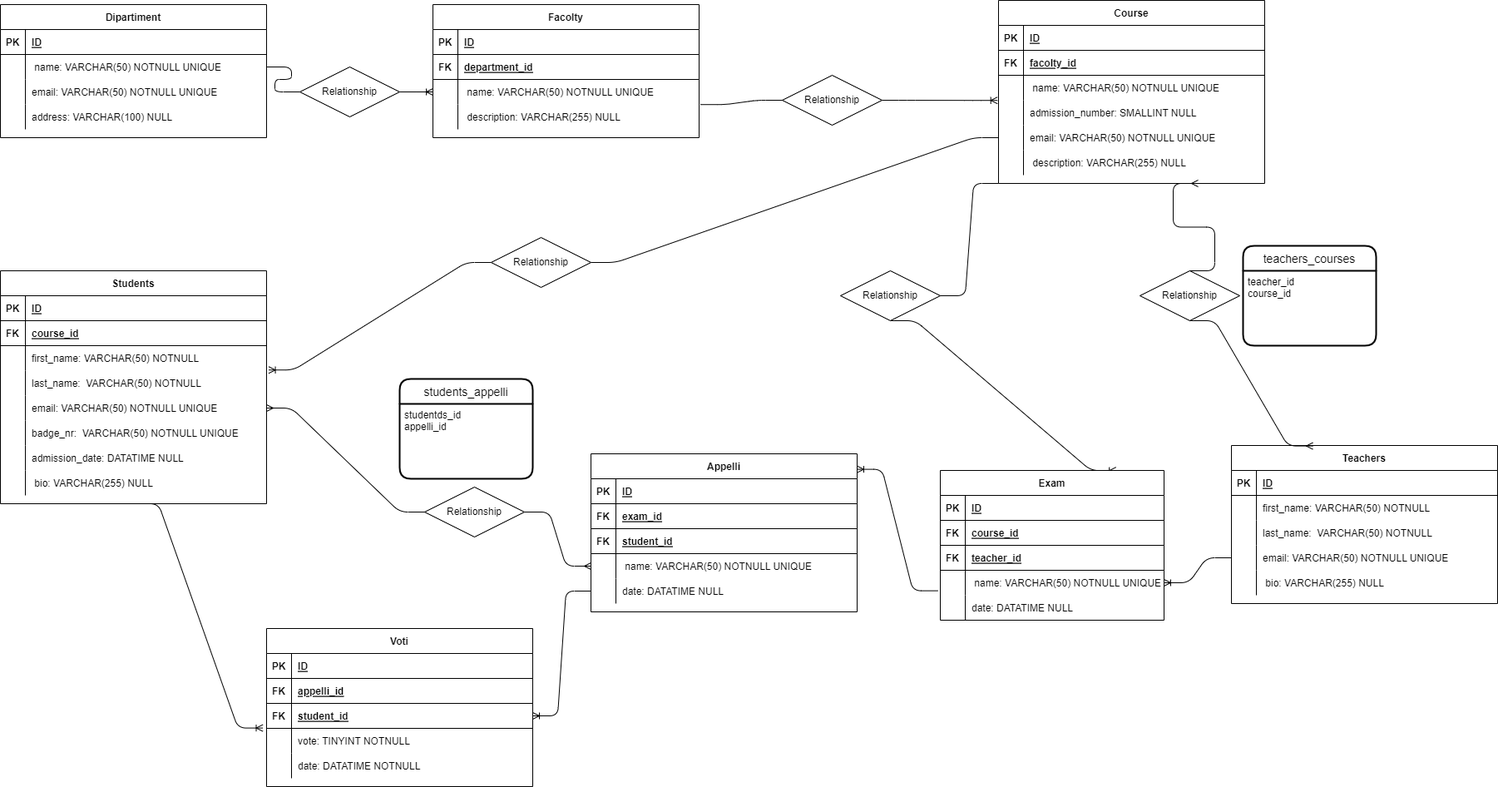
Before: university.png, a diagram exported from draw.io (muccidavide/db-university). Source tidied: cells renumbered, new cells last; positions are measured from the earlier drawing's top-left corner, leaving out a move shared by most shapes.
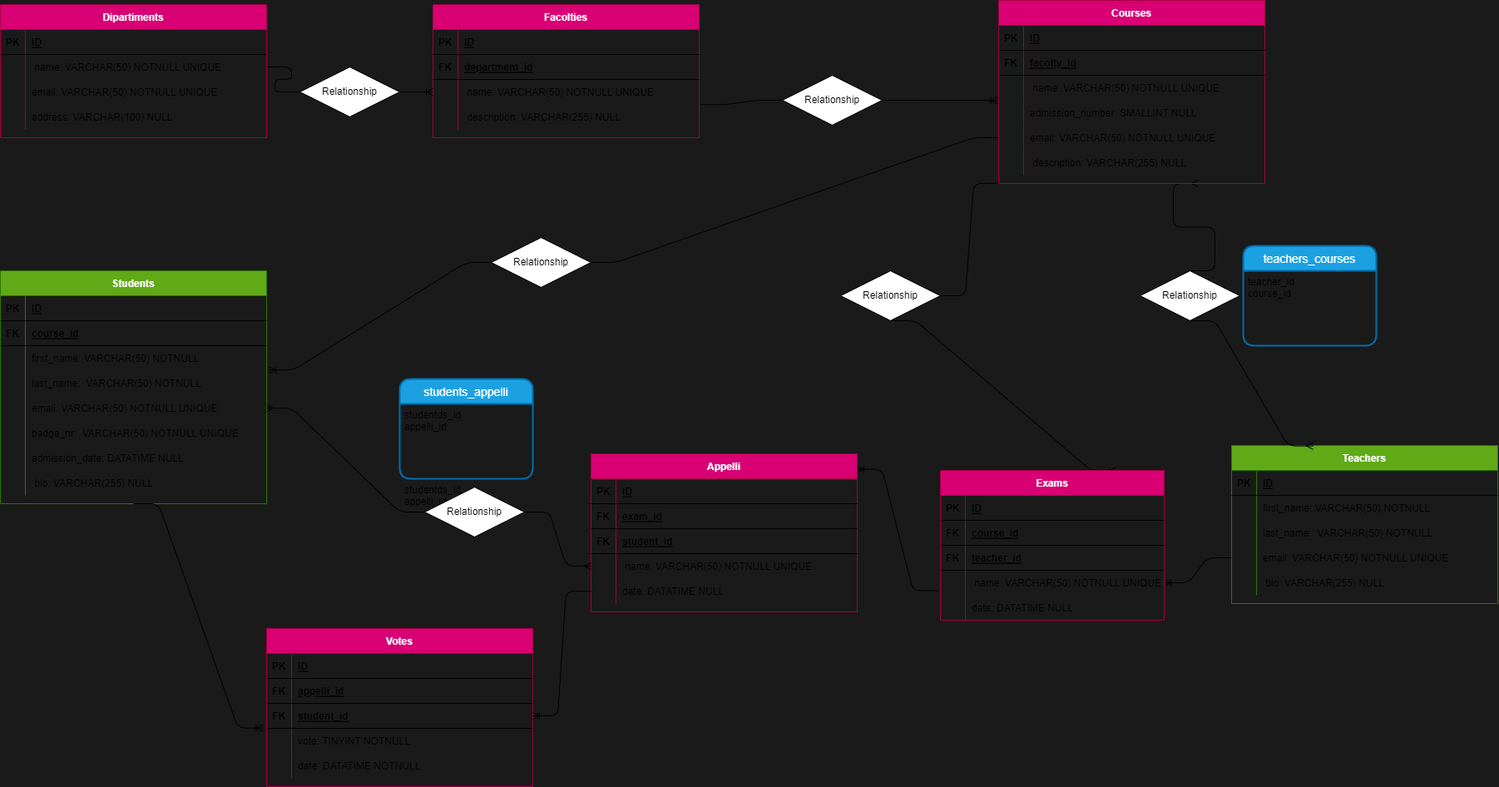
Later version of the same file.

What changed in the source:
```diff
@@ -1,8 +1,8 @@
-<mxGraphModel>
+<mxGraphModel background="#1A1A1A">
   <root>
     <mxCell id="0" />
     <mxCell id="1" parent="0" />
-    <mxCell id="2" value="Dipartiment" style="shape=table;startSize=30;rowLines=0;fontStyle=1;align=center;" parent="1" vertex="1">
+    <mxCell id="2" value="Dipartiments" style="shape=table;startSize=30;rowLines=0;fontStyle=1;align=center;fillColor=#d80073;fontColor=#ffffff;strokeColor=#A50040;" parent="1" vertex="1">
       <mxGeometry y="5" width="320" height="160" as="geometry" />
     </mxCell>
     <mxCell id="3" style="shape=partialRectangle;fillColor=none;top=0;left=0;bottom=1;right=0;" parent="2" vertex="1">
@@ -41,7 +41,7 @@
     <mxCell id="14" value="address: VARCHAR(100) NULL" style="shape=partialRectangle;fillColor=none;top=0;left=0;bottom=0;right=0;align=left;spacingLeft=6;overflow=hidden;" parent="12" vertex="1">
       <mxGeometry x="30" width="290" height="30" as="geometry" />
     </mxCell>
-    <mxCell id="15" value="Facolty" style="shape=table;startSize=30;rowLines=0;fontStyle=1;align=center;" parent="1" vertex="1">
+    <mxCell id="15" value="Facolties" style="shape=table;startSize=30;rowLines=0;fontStyle=1;align=center;fillColor=#d80073;fontColor=#ffffff;strokeColor=#A50040;" parent="1" vertex="1">
       <mxGeometry x="520" y="5" width="320" height="160" as="geometry" />
     </mxCell>
     <mxCell id="16" style="shape=partialRectangle;fillColor=none;top=0;left=0;bottom=1;right=0;" parent="15" vertex="1">
@@ -80,7 +80,7 @@
     <mxCell id="27" value=" description: VARCHAR(255) NULL" style="shape=partialRectangle;fillColor=none;top=0;left=0;bottom=0;right=0;align=left;spacingLeft=6;overflow=hidden;" parent="25" vertex="1">
       <mxGeometry x="30" width="290" height="30" as="geometry" />
     </mxCell>
-    <mxCell id="28" value="Teachers" style="shape=table;startSize=30;rowLines=0;fontStyle=1;align=center;" parent="1" vertex="1">
+    <mxCell id="28" value="Teachers" style="shape=table;startSize=30;rowLines=0;fontStyle=1;align=center;fillColor=#60a917;fontColor=#ffffff;strokeColor=#2D7600;" parent="1" vertex="1">
       <mxGeometry x="1480" y="535" width="320" height="190" as="geometry" />
     </mxCell>
     <mxCell id="29" style="shape=partialRectangle;fillColor=none;top=0;left=0;bottom=1;right=0;" parent="28" vertex="1">
@@ -147,7 +147,7 @@
     <mxCell id="48" style="edgeStyle=entityRelationEdgeStyle;fontSize=12;html=1;endArrow=none;startArrow=ERmany;entryX=0.5;entryY=1;entryDx=0;entryDy=0;exitX=0.306;exitY=0.003;exitDx=0;exitDy=0;exitPerimeter=0;" parent="1" edge="1" source="28" target="47">
       <mxGeometry relative="1" as="geometry" />
     </mxCell>
-    <mxCell id="49" value="Course" style="shape=table;startSize=30;rowLines=0;fontStyle=1;align=center;" parent="1" vertex="1">
+    <mxCell id="49" value="Courses" style="shape=table;startSize=30;rowLines=0;fontStyle=1;align=center;fillColor=#d80073;fontColor=#ffffff;strokeColor=#A50040;" parent="1" vertex="1">
       <mxGeometry x="1200" width="320" height="220" as="geometry" />
     </mxCell>
     <mxCell id="50" style="shape=partialRectangle;fillColor=none;top=0;left=0;bottom=1;right=0;" parent="49" vertex="1">
@@ -207,7 +207,7 @@
     <mxCell id="68" style="edgeStyle=entityRelationEdgeStyle;fontSize=12;html=1;endArrow=ERoneToMany;entryX=-0.004;entryY=0.007;entryDx=0;entryDy=0;entryPerimeter=0;exitX=1;exitY=0.5;exitDx=0;exitDy=0;startArrow=none;" parent="1" edge="1" source="159" target="59">
       <mxGeometry relative="1" as="geometry" />
     </mxCell>
-    <mxCell id="69" value="Students" style="shape=table;startSize=30;rowLines=0;fontStyle=1;align=center;" parent="1" vertex="1">
+    <mxCell id="69" value="Students" style="shape=table;startSize=30;rowLines=0;fontStyle=1;align=center;fillColor=#60a917;fontColor=#ffffff;strokeColor=#2D7600;" parent="1" vertex="1">
       <mxGeometry y="325" width="320" height="280" as="geometry" />
     </mxCell>
     <mxCell id="70" style="shape=partialRectangle;fillColor=none;top=0;left=0;bottom=1;right=0;" parent="69" vertex="1">
@@ -288,13 +288,16 @@
     <mxCell id="95" style="edgeStyle=entityRelationEdgeStyle;fontSize=12;html=1;endArrow=none;exitX=0;exitY=0.5;exitDx=0;exitDy=0;" parent="1" edge="1" source="62" target="158">
       <mxGeometry relative="1" as="geometry" />
     </mxCell>
-    <mxCell id="96" value="students_appelli" style="swimlane;horizontal=1;startSize=30;rounded=1;fontSize=14;fontStyle=0;strokeWidth=2;shadow=0;dashed=0;align=center;direction=east;" parent="1" vertex="1">
+    <mxCell id="96" value="students_appelli" style="swimlane;horizontal=1;startSize=30;rounded=1;fontSize=14;fontStyle=0;strokeWidth=2;shadow=0;dashed=0;align=center;direction=east;fillColor=#1ba1e2;fontColor=#ffffff;strokeColor=#006EAF;" parent="1" vertex="1">
       <mxGeometry x="480" y="455" width="160" height="120" as="geometry" />
     </mxCell>
     <mxCell id="97" value="studentds_id&#10;appelli_id" style="align=left;strokeColor=none;fillColor=none;spacingLeft=4;fontSize=12;verticalAlign=top;" parent="96" vertex="1">
       <mxGeometry y="30" width="160" height="90" as="geometry" />
     </mxCell>
+    <mxCell id="162" value="studentds_id&#10;appelli_id" style="align=left;strokeColor=none;fillColor=none;spacingLeft=4;fontSize=12;verticalAlign=top;" parent="96" vertex="1">
+      <mxGeometry y="120" width="160" as="geometry" />
+    </mxCell>
-    <mxCell id="98" value="Appelli" style="shape=table;startSize=30;rowLines=0;fontStyle=1;align=center;" parent="1" vertex="1">
+    <mxCell id="98" value="Appelli" style="shape=table;startSize=30;rowLines=0;fontStyle=1;align=center;fillColor=#d80073;fontColor=#ffffff;strokeColor=#A50040;" parent="1" vertex="1">
       <mxGeometry x="710" y="545" width="320" height="190" as="geometry" />
     </mxCell>
     <mxCell id="99" style="shape=partialRectangle;fillColor=none;top=0;left=0;bottom=1;right=0;" parent="98" vertex="1">
@@ -351,7 +354,7 @@
     <mxCell id="116" style="edgeStyle=entityRelationEdgeStyle;fontSize=12;html=1;endArrow=none;exitX=0;exitY=1;exitDx=0;exitDy=0;" parent="1" edge="1" source="49" target="115">
       <mxGeometry relative="1" as="geometry" />
     </mxCell>
-    <mxCell id="117" value="Voti" style="shape=table;startSize=30;rowLines=0;fontStyle=1;align=center;" parent="1" vertex="1">
+    <mxCell id="117" value="Votes" style="shape=table;startSize=30;rowLines=0;fontStyle=1;align=center;fillColor=#d80073;fontColor=#ffffff;strokeColor=#A50040;" parent="1" vertex="1">
       <mxGeometry x="320" y="755" width="320" height="190" as="geometry" />
     </mxCell>
     <mxCell id="118" style="shape=partialRectangle;fillColor=none;top=0;left=0;bottom=1;right=0;" parent="117" vertex="1">
@@ -417,13 +420,13 @@
     <mxCell id="138" style="edgeStyle=entityRelationEdgeStyle;fontSize=12;html=1;endArrow=ERoneToMany;entryX=1;entryY=0.5;entryDx=0;entryDy=0;exitX=0;exitY=0.5;exitDx=0;exitDy=0;" parent="1" edge="1" source="111" target="124">
       <mxGeometry relative="1" as="geometry" />
     </mxCell>
-    <mxCell id="139" value="teachers_courses" style="swimlane;horizontal=1;startSize=30;rounded=1;fontSize=14;fontStyle=0;strokeWidth=2;shadow=0;dashed=0;align=center;direction=east;" parent="1" vertex="1">
+    <mxCell id="139" value="teachers_courses" style="swimlane;horizontal=1;startSize=30;rounded=1;fontSize=14;fontStyle=0;strokeWidth=2;shadow=0;dashed=0;align=center;direction=east;fillColor=#1ba1e2;fontColor=#ffffff;strokeColor=#006EAF;" parent="1" vertex="1">
       <mxGeometry x="1494" y="295" width="160" height="120" as="geometry" />
     </mxCell>
     <mxCell id="140" value="teacher_id&#10;course_id&#10;" style="align=left;strokeColor=none;fillColor=none;spacingLeft=4;fontSize=12;verticalAlign=top;" parent="139" vertex="1">
       <mxGeometry y="30" width="160" height="90" as="geometry" />
     </mxCell>
-    <mxCell id="141" value="Exam" style="shape=table;startSize=30;rowLines=0;fontStyle=1;align=center;" parent="1" vertex="1">
+    <mxCell id="141" value="Exams" style="shape=table;startSize=30;rowLines=0;fontStyle=1;align=center;fillColor=#d80073;fontColor=#ffffff;strokeColor=#A50040;" parent="1" vertex="1">
       <mxGeometry x="1130" y="565" width="269" height="180" as="geometry" />
     </mxCell>
     <mxCell id="142" style="shape=partialRectangle;fillColor=none;top=0;left=0;bottom=1;right=0;" parent="141" vertex="1">
```
